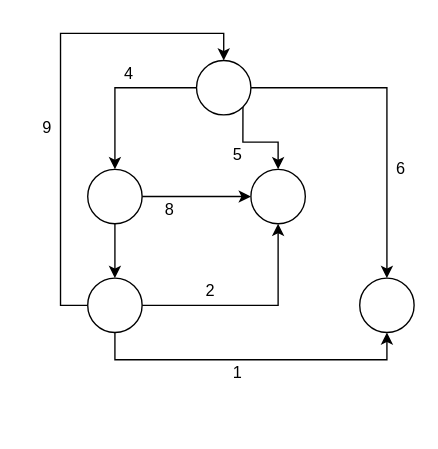
Luchit0-afk/Diagramas keeps this draw.io diagram as ArbolAxel.drawio. Above is the earlier version. Source tidied: cells renumbered, new cells numbered last; positions are measured from the earlier drawing's top-left corner, leaving out a move shared by most shapes. Both pictures are drawn from the tidied source at 136%, with x=0, y=0 at pixel (33, 60).
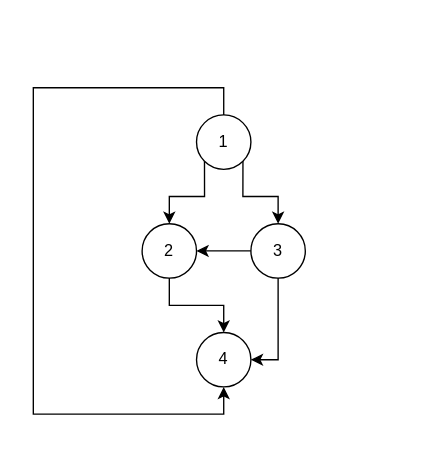
The same page after the edit.

The edit, as a diff of the source:
```diff
@@
-    <mxCell id="2" style="edgeStyle=orthogonalEdgeStyle;rounded=0;jettySize=auto;html=1;exitX=0;exitY=0.5;exitDx=0;exitDy=0;" parent="1" edge="1" source="5" target="9">
-      <mxGeometry relative="1" as="geometry" />
-    </mxCell>
-    <mxCell id="3" style="edgeStyle=orthogonalEdgeStyle;rounded=0;jettySize=auto;html=1;exitX=1;exitY=1;exitDx=0;exitDy=0;" parent="1" edge="1" source="5" target="6">
-      <mxGeometry relative="1" as="geometry" />
-    </mxCell>
-    <mxCell id="4" style="edgeStyle=orthogonalEdgeStyle;rounded=0;jettySize=auto;html=1;exitX=1;exitY=0.5;exitDx=0;exitDy=0;" parent="1" edge="1" source="5" target="14">
-      <mxGeometry relative="1" as="geometry" />
-    </mxCell>
-    <mxCell id="5" style="ellipse;whiteSpace=wrap;html=1;" parent="1" vertex="1">
-      <mxGeometry x="120" width="40" height="40" as="geometry" />
-    </mxCell>
-    <mxCell id="6" style="ellipse;whiteSpace=wrap;html=1;" parent="1" vertex="1">
-      <mxGeometry x="160" y="80" width="40" height="40" as="geometry" />
-    </mxCell>
-    <mxCell id="7" style="edgeStyle=orthogonalEdgeStyle;rounded=0;jettySize=auto;html=1;exitX=0.5;exitY=1;exitDx=0;exitDy=0;" parent="1" edge="1" source="9" target="13">
-      <mxGeometry relative="1" as="geometry" />
-    </mxCell>
-    <mxCell id="8" style="edgeStyle=orthogonalEdgeStyle;rounded=0;jettySize=auto;html=1;exitX=1;exitY=0.5;exitDx=0;exitDy=0;entryX=0;entryY=0.5;entryDx=0;entryDy=0;" parent="1" edge="1" source="9" target="6">
-      <mxGeometry relative="1" as="geometry" />
-    </mxCell>
-    <mxCell id="9" style="ellipse;whiteSpace=wrap;html=1;" parent="1" vertex="1">
-      <mxGeometry x="40" y="80" width="40" height="40" as="geometry" />
-    </mxCell>
-    <mxCell id="10" style="edgeStyle=orthogonalEdgeStyle;rounded=0;jettySize=auto;html=1;exitX=1;exitY=0.5;exitDx=0;exitDy=0;entryX=0.5;entryY=1;entryDx=0;entryDy=0;" parent="1" edge="1" source="13" target="6">
-      <mxGeometry relative="1" as="geometry" />
-    </mxCell>
-    <mxCell id="11" style="edgeStyle=orthogonalEdgeStyle;rounded=0;jettySize=auto;html=1;exitX=0.5;exitY=1;exitDx=0;exitDy=0;entryX=0.5;entryY=1;entryDx=0;entryDy=0;" parent="1" edge="1" source="13" target="14">
-      <mxGeometry relative="1" as="geometry" />
-    </mxCell>
-    <mxCell id="12" style="edgeStyle=orthogonalEdgeStyle;rounded=0;jettySize=auto;html=1;exitX=0;exitY=0.5;exitDx=0;exitDy=0;entryX=0.5;entryY=0;entryDx=0;entryDy=0;" parent="1" edge="1" source="13" target="5">
-      <mxGeometry relative="1" as="geometry" />
-    </mxCell>
-    <mxCell id="13" style="ellipse;whiteSpace=wrap;html=1;" parent="1" vertex="1">
-      <mxGeometry x="40" y="160" width="40" height="40" as="geometry" />
-    </mxCell>
-    <mxCell id="14" style="ellipse;whiteSpace=wrap;html=1;" parent="1" vertex="1">
-      <mxGeometry x="240" y="160" width="40" height="40" as="geometry" />
-    </mxCell>
+    <mxCell id="22" style="edgeStyle=orthogonalEdgeStyle;rounded=0;jettySize=auto;html=1;exitX=0.5;exitY=1;exitDx=0;exitDy=0;entryX=1;entryY=0.5;entryDx=0;entryDy=0;" parent="1" edge="1" source="24" target="20">
+      <mxGeometry relative="1" as="geometry" />
+    </mxCell>
+    <mxCell id="23" style="edgeStyle=orthogonalEdgeStyle;rounded=0;jettySize=auto;html=1;exitX=0;exitY=0.5;exitDx=0;exitDy=0;" parent="1" edge="1" source="24" target="16">
+      <mxGeometry relative="1" as="geometry" />
+    </mxCell>
+    <mxCell id="24" value="3" style="ellipse;whiteSpace=wrap;html=1;" parent="1" vertex="1">
+      <mxGeometry x="160" y="120" width="40" height="40" as="geometry" />
+    </mxCell>
+    <mxCell id="25" style="edgeStyle=orthogonalEdgeStyle;rounded=0;jettySize=auto;html=1;exitX=0;exitY=1;exitDx=0;exitDy=0;entryX=0.5;entryY=0;entryDx=0;entryDy=0;" parent="1" edge="1" source="15" target="16">
+      <mxGeometry relative="1" as="geometry" />
+    </mxCell>
+    <mxCell id="26" style="edgeStyle=orthogonalEdgeStyle;rounded=0;jettySize=auto;html=1;exitX=1;exitY=1;exitDx=0;exitDy=0;entryX=0.5;entryY=0;entryDx=0;entryDy=0;" parent="1" edge="1" source="15" target="24">
+      <mxGeometry relative="1" as="geometry" />
+    </mxCell>
+    <mxCell id="27" style="edgeStyle=orthogonalEdgeStyle;rounded=0;jettySize=auto;html=1;exitX=0.5;exitY=0;exitDx=0;exitDy=0;entryX=0.5;entryY=1;entryDx=0;entryDy=0;" parent="1" edge="1" source="15" target="20">
+      <mxGeometry relative="1" as="geometry">
+        <Array as="points">
+          <mxPoint x="140" y="20" />
+          <mxPoint y="20" />
+          <mxPoint y="260" />
+          <mxPoint x="140" y="260" />
+        </Array>
+      </mxGeometry>
+    </mxCell>
-    <mxCell id="15" value="1" style="text;html=1;align=center;verticalAlign=middle;points=[];strokeColor=none;" parent="1" vertex="1">
-      <mxGeometry x="140" y="220" width="20" height="20" as="geometry" />
+    <mxCell id="15" value="1" style="ellipse;whiteSpace=wrap;html=1;" parent="1" vertex="1">
+      <mxGeometry x="120" y="40" width="40" height="40" as="geometry" />
     </mxCell>
+    <mxCell id="20" value="4" style="ellipse;whiteSpace=wrap;html=1;" parent="1" vertex="1">
+      <mxGeometry x="120" y="200" width="40" height="40" as="geometry" />
+    </mxCell>
+    <mxCell id="28" style="edgeStyle=orthogonalEdgeStyle;rounded=0;jettySize=auto;html=1;exitX=0.5;exitY=1;exitDx=0;exitDy=0;" parent="1" edge="1" source="16" target="20">
+      <mxGeometry relative="1" as="geometry" />
+    </mxCell>
-    <mxCell id="16" value="2" style="text;html=1;align=center;verticalAlign=middle;points=[];strokeColor=none;" parent="1" vertex="1">
-      <mxGeometry x="120" y="160" width="20" height="20" as="geometry" />
+    <mxCell id="16" value="2" style="ellipse;whiteSpace=wrap;html=1;" parent="1" vertex="1">
+      <mxGeometry x="80" y="120" width="40" height="40" as="geometry" />
     </mxCell>
-    <mxCell id="17" value="6" style="text;html=1;align=center;verticalAlign=middle;strokeColor=none;" parent="1" vertex="1">
-      <mxGeometry x="260" y="70" width="20" height="20" as="geometry" />
-    </mxCell>
-    <mxCell id="18" value="5" style="text;html=1;align=center;verticalAlign=middle;strokeColor=none;" parent="1" vertex="1">
-      <mxGeometry x="140" y="60" width="20" height="20" as="geometry" />
-    </mxCell>
-    <mxCell id="19" value="8" style="text;html=1;align=center;verticalAlign=middle;strokeColor=none;" parent="1" vertex="1">
-      <mxGeometry x="90" y="100" width="20" height="20" as="geometry" />
-    </mxCell>
-    <mxCell id="20" value="4" style="text;html=1;align=center;verticalAlign=middle;points=[];strokeColor=none;" parent="1" vertex="1">
-      <mxGeometry x="60" width="20" height="20" as="geometry" />
-    </mxCell>
-    <mxCell id="21" value="9" style="text;html=1;align=center;verticalAlign=middle;strokeColor=none;" parent="1" vertex="1">
-      <mxGeometry y="40" width="20" height="20" as="geometry" />
-    </mxCell>
```
